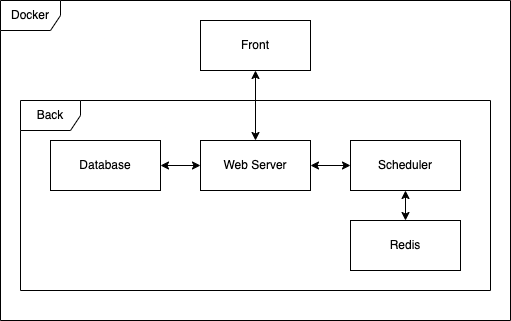
passivedns/PassiveDNS.github.io keeps this draw.io diagram as static/screenshots/Docker_structure.drawio.png. Above is the earlier version. Source tidied: cells renumbered, new cells last; positions are measured from the earlier drawing's top-left corner, leaving out a move shared by most shapes.
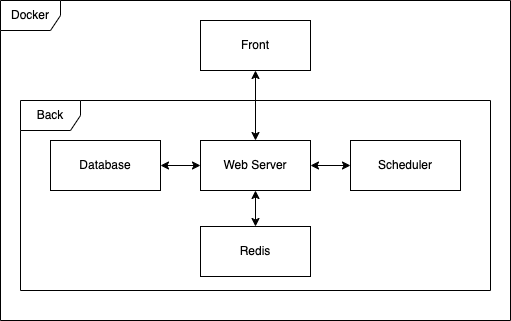
After the commit.

What changed in the source:
```diff
@@ -1,4 +1,4 @@
-<mxGraphModel>
+<mxGraphModel background="#ffffff">
   <root>
     <mxCell id="0" />
     <mxCell id="1" parent="0" />
@@ -23,11 +23,11 @@
     <mxCell id="8" value="Scheduler" style="html=1;whiteSpace=wrap;" parent="1" vertex="1">
       <mxGeometry x="350" y="140" width="110" height="50" as="geometry" />
     </mxCell>
-    <mxCell id="9" style="edgeStyle=orthogonalEdgeStyle;rounded=0;jettySize=auto;html=1;exitX=0.5;exitY=0;exitDx=0;exitDy=0;entryX=0.5;entryY=1;entryDx=0;entryDy=0;startArrow=classic;startFill=1;endArrow=classic;endFill=1;" parent="1" edge="1" source="10" target="8">
+    <mxCell id="9" style="edgeStyle=orthogonalEdgeStyle;rounded=0;jettySize=auto;html=1;exitX=0.5;exitY=0;exitDx=0;exitDy=0;entryX=0.5;entryY=1;entryDx=0;entryDy=0;startArrow=classic;startFill=1;endArrow=classic;endFill=1;" parent="1" edge="1" source="10" target="4">
       <mxGeometry relative="1" as="geometry" />
     </mxCell>
     <mxCell id="10" value="Redis" style="html=1;whiteSpace=wrap;" parent="1" vertex="1">
-      <mxGeometry x="350" y="220" width="110" height="50" as="geometry" />
+      <mxGeometry x="200" y="226" width="110" height="50" as="geometry" />
     </mxCell>
     <mxCell id="11" value="Back" style="shape=umlFrame;whiteSpace=wrap;html=1;" parent="1" vertex="1">
       <mxGeometry x="20" y="100" width="470" height="190" as="geometry" />
```
